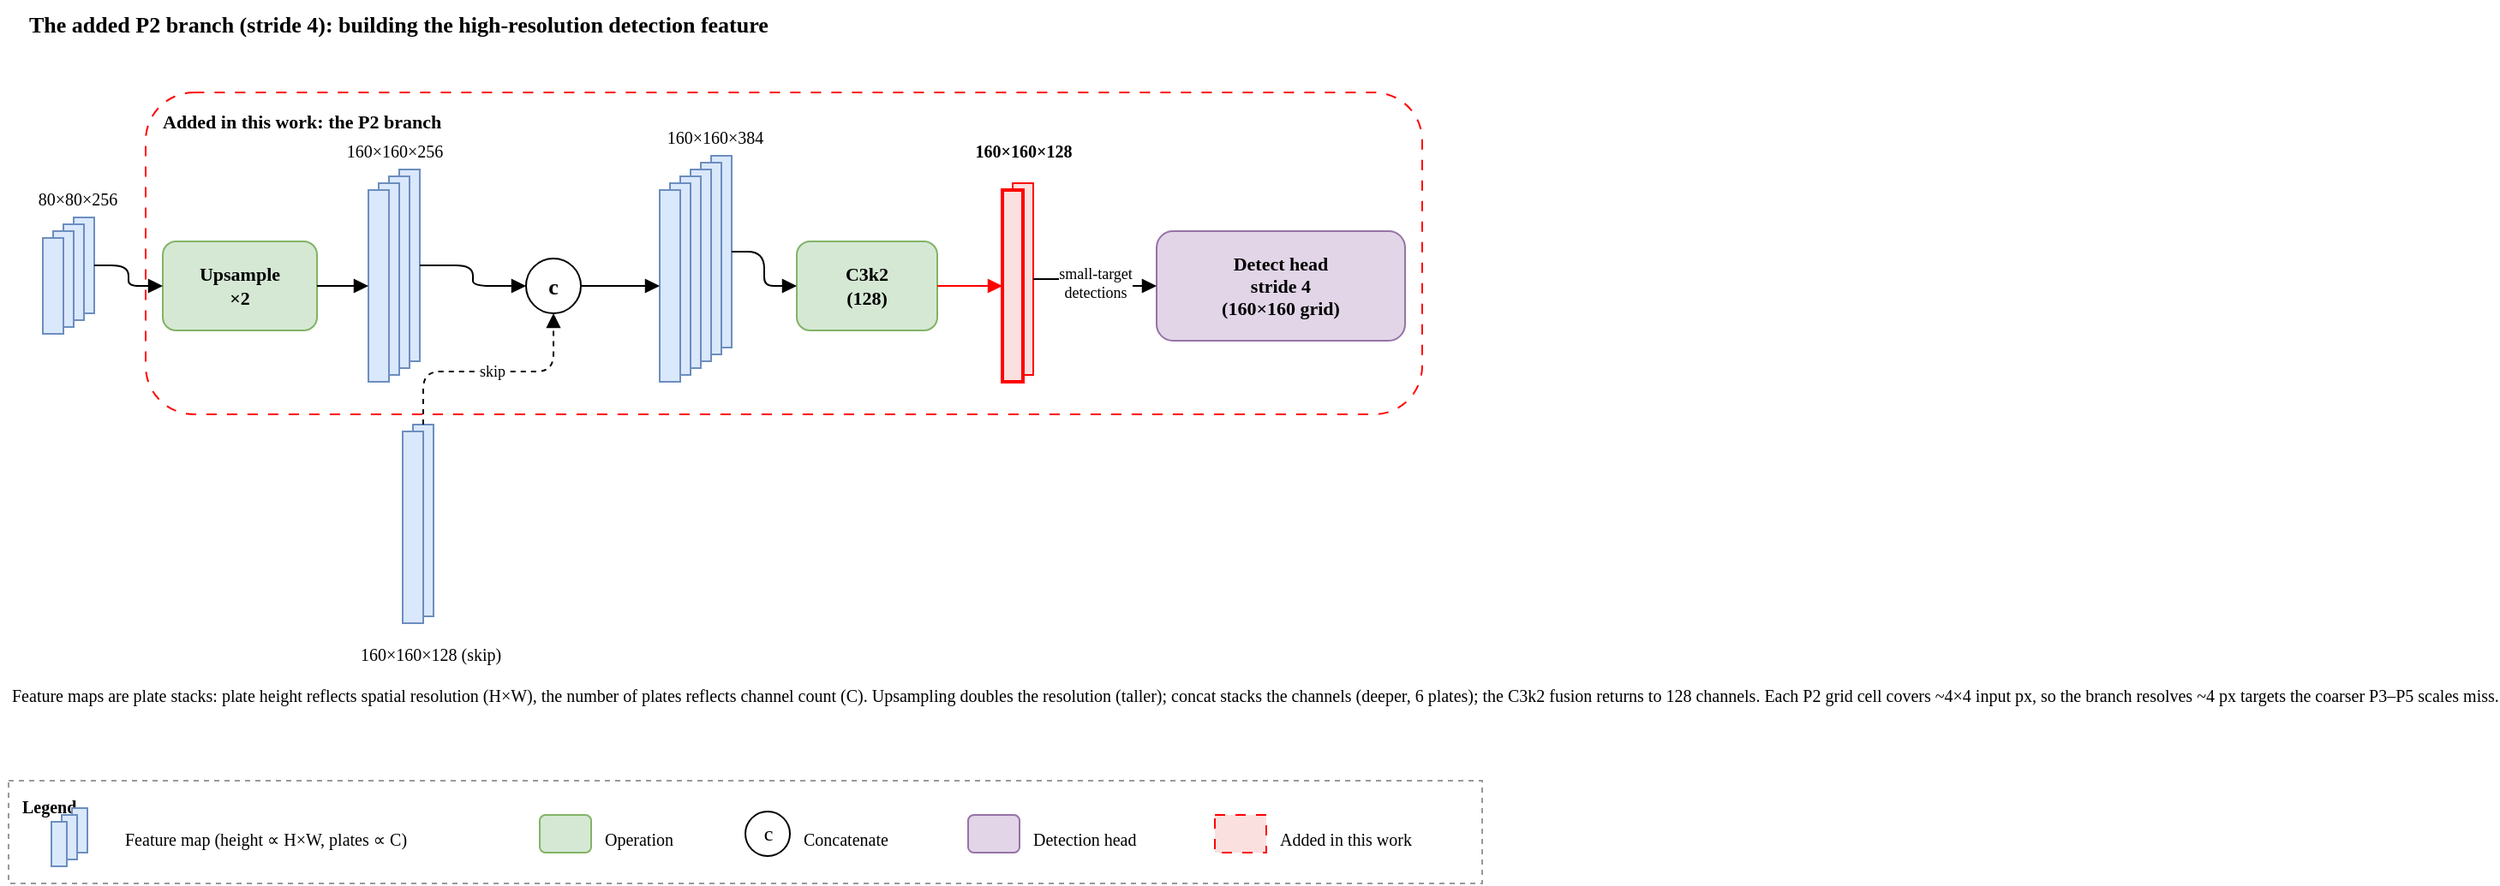
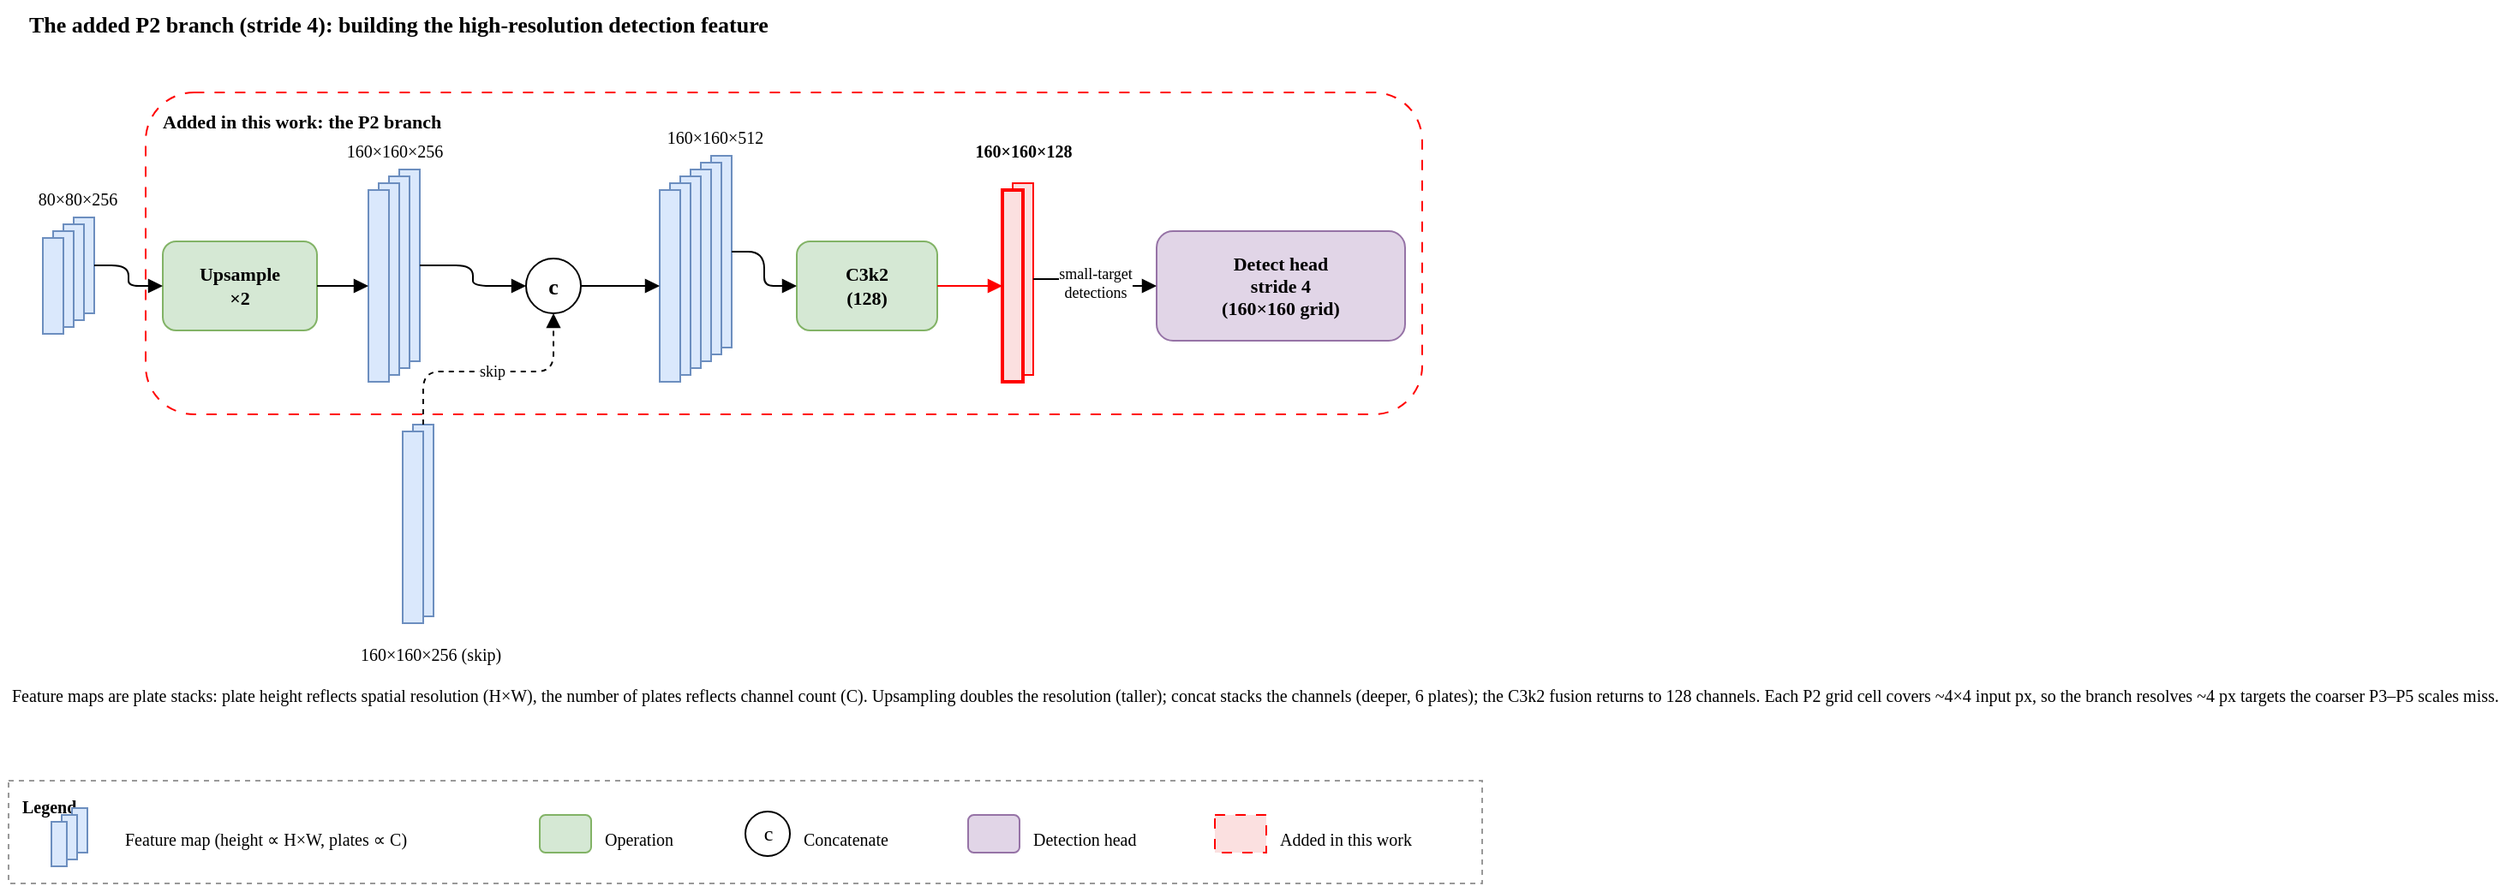
<mxfile host="app.diagrams.net" type="device">
  <diagram name="P2 branch (zoom)" id="p2branch">
    <mxGraphModel dx="1100" dy="620" grid="1" gridSize="10" guides="1" tooltips="1" connect="1" arrows="1" fold="1" page="1" pageScale="1" pageWidth="900" pageHeight="540" math="0" shadow="0">
      <root>
        <mxCell id="0" />
        <mxCell id="1" parent="0" />

        <mxCell id="ttl" value="The added P2 branch (stride 4): building the high-resolution detection feature" style="text;html=1;fontFamily=Times New Roman;fontSize=13;fontStyle=1;align=left;" vertex="1" parent="1"><mxGeometry x="30" y="8" width="820" height="24" as="geometry" /></mxCell>

        <!-- ===== red contribution container (drawn first, behind) ===== -->
        <mxCell id="added" value="Added in this work: the P2 branch" style="rounded=1;whiteSpace=wrap;html=1;dashed=1;fillColor=none;strokeColor=#FF0000;fontFamily=Times New Roman;fontSize=11;fontStyle=1;verticalAlign=top;align=left;spacingLeft=8;spacingTop=4;dashPattern=6 6;" vertex="1" parent="1"><mxGeometry x="100" y="62" width="745" height="188" as="geometry" /></mxCell>

        <!-- ===================== dimension labels (on top of stacks) ===================== -->
        <mxCell id="lP3" value="80&#215;80&#215;256" style="text;html=1;fontFamily=Times New Roman;fontSize=10;align=center;" vertex="1" parent="1"><mxGeometry x="15" y="112" width="90" height="18" as="geometry" /></mxCell>
        <mxCell id="lUP" value="160&#215;160&#215;256" style="text;html=1;fontFamily=Times New Roman;fontSize=10;align=center;" vertex="1" parent="1"><mxGeometry x="185" y="84" width="120" height="18" as="geometry" /></mxCell>
-         <mxCell id="lCAT" value="160&#215;160&#215;384" style="text;html=1;fontFamily=Times New Roman;fontSize=10;align=center;" vertex="1" parent="1"><mxGeometry x="372" y="76" width="120" height="18" as="geometry" /></mxCell>
+         <mxCell id="lCAT" value="160&#215;160&#215;512" style="text;html=1;fontFamily=Times New Roman;fontSize=10;align=center;" vertex="1" parent="1"><mxGeometry x="372" y="76" width="120" height="18" as="geometry" /></mxCell>
        <mxCell id="lP2" value="160&#215;160&#215;128" style="text;html=1;fontFamily=Times New Roman;fontSize=10;align=center;fontStyle=1;" vertex="1" parent="1"><mxGeometry x="552" y="84" width="120" height="18" as="geometry" /></mxCell>
-         <mxCell id="lBB" value="160&#215;160&#215;128  (skip)" style="text;html=1;fontFamily=Times New Roman;fontSize=10;align=center;" vertex="1" parent="1"><mxGeometry x="196" y="378" width="140" height="18" as="geometry" /></mxCell>
+         <mxCell id="lBB" value="160&#215;160&#215;256  (skip)" style="text;html=1;fontFamily=Times New Roman;fontSize=10;align=center;" vertex="1" parent="1"><mxGeometry x="196" y="378" width="140" height="18" as="geometry" /></mxCell>

        <!-- ===================== P3 neck feature: 80x80 (short) x256 (4 plates) ===================== -->
        <mxCell id="P3b" value="" style="rounded=0;html=1;fillColor=#dae8fc;strokeColor=#6c8ebf;" vertex="1" parent="1"><mxGeometry x="58" y="135" width="12" height="56" as="geometry" /></mxCell>
        <mxCell id="P33" value="" style="rounded=0;html=1;fillColor=#dae8fc;strokeColor=#6c8ebf;" vertex="1" parent="1"><mxGeometry x="52" y="139" width="12" height="56" as="geometry" /></mxCell>
        <mxCell id="P32" value="" style="rounded=0;html=1;fillColor=#dae8fc;strokeColor=#6c8ebf;" vertex="1" parent="1"><mxGeometry x="46" y="143" width="12" height="56" as="geometry" /></mxCell>
        <mxCell id="P3" value="" style="rounded=0;html=1;fillColor=#dae8fc;strokeColor=#6c8ebf;" vertex="1" parent="1"><mxGeometry x="40" y="147" width="12" height="56" as="geometry" /></mxCell>

        <!-- Upsample op -->
        <mxCell id="upOp" value="Upsample&#10;&#215;2" style="rounded=1;whiteSpace=wrap;html=1;fillColor=#d5e8d4;strokeColor=#82b366;fontFamily=Times New Roman;fontSize=11;fontStyle=1;" vertex="1" parent="1"><mxGeometry x="110" y="149" width="90" height="52" as="geometry" /></mxCell>

        <!-- ===================== Upsampled feature: 160x160 (tall) x256 (4 plates) ===================== -->
        <mxCell id="UPb" value="" style="rounded=0;html=1;fillColor=#dae8fc;strokeColor=#6c8ebf;" vertex="1" parent="1"><mxGeometry x="248" y="107" width="12" height="112" as="geometry" /></mxCell>
        <mxCell id="UP3" value="" style="rounded=0;html=1;fillColor=#dae8fc;strokeColor=#6c8ebf;" vertex="1" parent="1"><mxGeometry x="242" y="111" width="12" height="112" as="geometry" /></mxCell>
        <mxCell id="UP2" value="" style="rounded=0;html=1;fillColor=#dae8fc;strokeColor=#6c8ebf;" vertex="1" parent="1"><mxGeometry x="236" y="115" width="12" height="112" as="geometry" /></mxCell>
        <mxCell id="UP" value="" style="rounded=0;html=1;fillColor=#dae8fc;strokeColor=#6c8ebf;" vertex="1" parent="1"><mxGeometry x="230" y="119" width="12" height="112" as="geometry" /></mxCell>

        <!-- concat glyph -->
        <mxCell id="cc" value="c" style="ellipse;whiteSpace=wrap;html=1;fillColor=#ffffff;strokeColor=#000000;fontFamily=Times New Roman;fontSize=13;fontStyle=1;" vertex="1" parent="1"><mxGeometry x="322" y="159" width="32" height="32" as="geometry" /></mxCell>

        <!-- ===================== concat feature: 160x160 (tall) x384 (6 plates) ===================== -->
        <mxCell id="CATb" value="" style="rounded=0;html=1;fillColor=#dae8fc;strokeColor=#6c8ebf;" vertex="1" parent="1"><mxGeometry x="430" y="99" width="12" height="112" as="geometry" /></mxCell>
        <mxCell id="CAT5" value="" style="rounded=0;html=1;fillColor=#dae8fc;strokeColor=#6c8ebf;" vertex="1" parent="1"><mxGeometry x="424" y="103" width="12" height="112" as="geometry" /></mxCell>
        <mxCell id="CAT4" value="" style="rounded=0;html=1;fillColor=#dae8fc;strokeColor=#6c8ebf;" vertex="1" parent="1"><mxGeometry x="418" y="107" width="12" height="112" as="geometry" /></mxCell>
        <mxCell id="CAT3" value="" style="rounded=0;html=1;fillColor=#dae8fc;strokeColor=#6c8ebf;" vertex="1" parent="1"><mxGeometry x="412" y="111" width="12" height="112" as="geometry" /></mxCell>
        <mxCell id="CAT2" value="" style="rounded=0;html=1;fillColor=#dae8fc;strokeColor=#6c8ebf;" vertex="1" parent="1"><mxGeometry x="406" y="115" width="12" height="112" as="geometry" /></mxCell>
        <mxCell id="CAT" value="" style="rounded=0;html=1;fillColor=#dae8fc;strokeColor=#6c8ebf;" vertex="1" parent="1"><mxGeometry x="400" y="119" width="12" height="112" as="geometry" /></mxCell>

        <!-- C3k2 op -->
        <mxCell id="c3k2" value="C3k2&#10;(128)" style="rounded=1;whiteSpace=wrap;html=1;fillColor=#d5e8d4;strokeColor=#82b366;fontFamily=Times New Roman;fontSize=11;fontStyle=1;" vertex="1" parent="1"><mxGeometry x="480" y="149" width="82" height="52" as="geometry" /></mxCell>

        <!-- ===================== P2 feature: 160x160 (tall) x128 (2 plates), red ===================== -->
        <mxCell id="P2b" value="" style="rounded=0;html=1;fillColor=#fbe0e0;strokeColor=#FF0000;" vertex="1" parent="1"><mxGeometry x="606" y="115" width="12" height="112" as="geometry" /></mxCell>
        <mxCell id="P2" value="" style="rounded=0;html=1;fillColor=#fbe0e0;strokeColor=#FF0000;strokeWidth=2;" vertex="1" parent="1"><mxGeometry x="600" y="119" width="12" height="112" as="geometry" /></mxCell>

        <!-- Detect head op -->
        <mxCell id="det" value="Detect head&#10;stride 4&#10;(160&#215;160 grid)" style="rounded=1;whiteSpace=wrap;html=1;fillColor=#e1d5e7;strokeColor=#9673a6;fontFamily=Times New Roman;fontSize=11;fontStyle=1;" vertex="1" parent="1"><mxGeometry x="690" y="143" width="145" height="64" as="geometry" /></mxCell>

        <!-- ===================== backbone P2 feature: 160x160 (tall) x128 (2 plates), skip ===================== -->
        <mxCell id="BBb" value="" style="rounded=0;html=1;fillColor=#dae8fc;strokeColor=#6c8ebf;" vertex="1" parent="1"><mxGeometry x="256" y="256" width="12" height="112" as="geometry" /></mxCell>
        <mxCell id="BB" value="" style="rounded=0;html=1;fillColor=#dae8fc;strokeColor=#6c8ebf;" vertex="1" parent="1"><mxGeometry x="250" y="260" width="12" height="112" as="geometry" /></mxCell>

        <mxCell id="note" value="Feature maps are plate stacks: plate height reflects spatial resolution (H&#215;W), the number of plates reflects channel count (C). Upsampling doubles the resolution (taller); concat stacks the channels (deeper, 6 plates); the C3k2 fusion returns to 128 channels. Each P2 grid cell covers ~4&#215;4 input px, so the branch resolves ~4 px targets the coarser P3&#8211;P5 scales miss." style="text;html=1;fontFamily=Times New Roman;fontSize=10;align=left;verticalAlign=top;" vertex="1" parent="1"><mxGeometry x="20" y="402" width="820" height="46" as="geometry" /></mxCell>

        <!-- ===================== edges ===================== -->
        <mxCell id="e1" style="edgeStyle=orthogonalEdgeStyle;html=1;endArrow=block;exitX=1;exitY=0.5;entryX=0;entryY=0.5;" edge="1" parent="1" source="P3b" target="upOp"><mxGeometry relative="1" as="geometry" /></mxCell>
        <mxCell id="e2" style="edgeStyle=orthogonalEdgeStyle;html=1;endArrow=block;exitX=1;exitY=0.5;entryX=0;entryY=0.5;" edge="1" parent="1" source="upOp" target="UP"><mxGeometry relative="1" as="geometry" /></mxCell>
        <mxCell id="e3" style="edgeStyle=orthogonalEdgeStyle;html=1;endArrow=block;exitX=1;exitY=0.5;entryX=0;entryY=0.5;" edge="1" parent="1" source="UPb" target="cc"><mxGeometry relative="1" as="geometry" /></mxCell>
        <mxCell id="e4" value="skip" style="edgeStyle=orthogonalEdgeStyle;html=1;endArrow=block;dashed=1;fontFamily=Times New Roman;fontSize=9;exitX=0.5;exitY=0;entryX=0.5;entryY=1;" edge="1" parent="1" source="BBb" target="cc"><mxGeometry relative="1" as="geometry"><Array as="points"><mxPoint x="262" y="225" /><mxPoint x="338" y="225" /></Array></mxGeometry></mxCell>
        <mxCell id="e5" style="edgeStyle=orthogonalEdgeStyle;html=1;endArrow=block;exitX=1;exitY=0.5;entryX=0;entryY=0.5;" edge="1" parent="1" source="cc" target="CAT"><mxGeometry relative="1" as="geometry" /></mxCell>
        <mxCell id="e6" style="edgeStyle=orthogonalEdgeStyle;html=1;endArrow=block;exitX=1;exitY=0.5;entryX=0;entryY=0.5;" edge="1" parent="1" source="CATb" target="c3k2"><mxGeometry relative="1" as="geometry" /></mxCell>
        <mxCell id="e7" style="edgeStyle=orthogonalEdgeStyle;html=1;endArrow=block;strokeColor=#FF0000;exitX=1;exitY=0.5;entryX=0;entryY=0.5;" edge="1" parent="1" source="c3k2" target="P2"><mxGeometry relative="1" as="geometry" /></mxCell>
        <mxCell id="e8" value="small-target&#10;detections" style="edgeStyle=orthogonalEdgeStyle;html=1;endArrow=block;fontFamily=Times New Roman;fontSize=9;exitX=1;exitY=0.5;entryX=0;entryY=0.5;" edge="1" parent="1" source="P2b" target="det"><mxGeometry relative="1" as="geometry" /></mxCell>

        <!-- ===================== legend ===================== -->
        <mxCell id="lgbox" value="Legend" style="rounded=0;whiteSpace=wrap;html=1;fillColor=none;strokeColor=#999999;dashed=1;fontFamily=Times New Roman;fontSize=10;fontStyle=1;verticalAlign=top;align=left;spacingLeft=6;spacingTop=3;" vertex="1" parent="1"><mxGeometry x="20" y="464" width="860" height="60" as="geometry" /></mxCell>
        <mxCell id="ls1" value="" style="rounded=0;html=1;fillColor=#dae8fc;strokeColor=#6c8ebf;" vertex="1" parent="1"><mxGeometry x="57" y="480" width="9" height="26" as="geometry" /></mxCell>
        <mxCell id="ls2" value="" style="rounded=0;html=1;fillColor=#dae8fc;strokeColor=#6c8ebf;" vertex="1" parent="1"><mxGeometry x="51" y="484" width="9" height="26" as="geometry" /></mxCell>
        <mxCell id="ls3" value="" style="rounded=0;html=1;fillColor=#dae8fc;strokeColor=#6c8ebf;" vertex="1" parent="1"><mxGeometry x="45" y="488" width="9" height="26" as="geometry" /></mxCell>
        <mxCell id="lt1" value="Feature map (height &#8733; H&#215;W, plates &#8733; C)" style="text;html=1;fontFamily=Times New Roman;fontSize=10;align=left;" vertex="1" parent="1"><mxGeometry x="86" y="486" width="240" height="20" as="geometry" /></mxCell>
        <mxCell id="lg2s" value="" style="rounded=1;html=1;fillColor=#d5e8d4;strokeColor=#82b366;" vertex="1" parent="1"><mxGeometry x="330" y="484" width="30" height="22" as="geometry" /></mxCell>
        <mxCell id="lg2t" value="Operation" style="text;html=1;fontFamily=Times New Roman;fontSize=10;align=left;" vertex="1" parent="1"><mxGeometry x="366" y="486" width="80" height="20" as="geometry" /></mxCell>
        <mxCell id="lg3s" value="c" style="ellipse;html=1;fillColor=#ffffff;strokeColor=#000000;fontFamily=Times New Roman;fontSize=12;" vertex="1" parent="1"><mxGeometry x="450" y="482" width="26" height="26" as="geometry" /></mxCell>
        <mxCell id="lg3t" value="Concatenate" style="text;html=1;fontFamily=Times New Roman;fontSize=10;align=left;" vertex="1" parent="1"><mxGeometry x="482" y="486" width="90" height="20" as="geometry" /></mxCell>
        <mxCell id="lg4s" value="" style="rounded=1;html=1;fillColor=#e1d5e7;strokeColor=#9673a6;" vertex="1" parent="1"><mxGeometry x="580" y="484" width="30" height="22" as="geometry" /></mxCell>
        <mxCell id="lg4t" value="Detection head" style="text;html=1;fontFamily=Times New Roman;fontSize=10;align=left;" vertex="1" parent="1"><mxGeometry x="616" y="486" width="100" height="20" as="geometry" /></mxCell>
        <mxCell id="lg5s" value="" style="rounded=0;html=1;fillColor=#fbe0e0;strokeColor=#FF0000;dashed=1;dashPattern=6 6;" vertex="1" parent="1"><mxGeometry x="724" y="484" width="30" height="22" as="geometry" /></mxCell>
        <mxCell id="lg5t" value="Added in this work" style="text;html=1;fontFamily=Times New Roman;fontSize=10;align=left;" vertex="1" parent="1"><mxGeometry x="760" y="486" width="120" height="20" as="geometry" /></mxCell>
      </root>
    </mxGraphModel>
  </diagram>
</mxfile>
